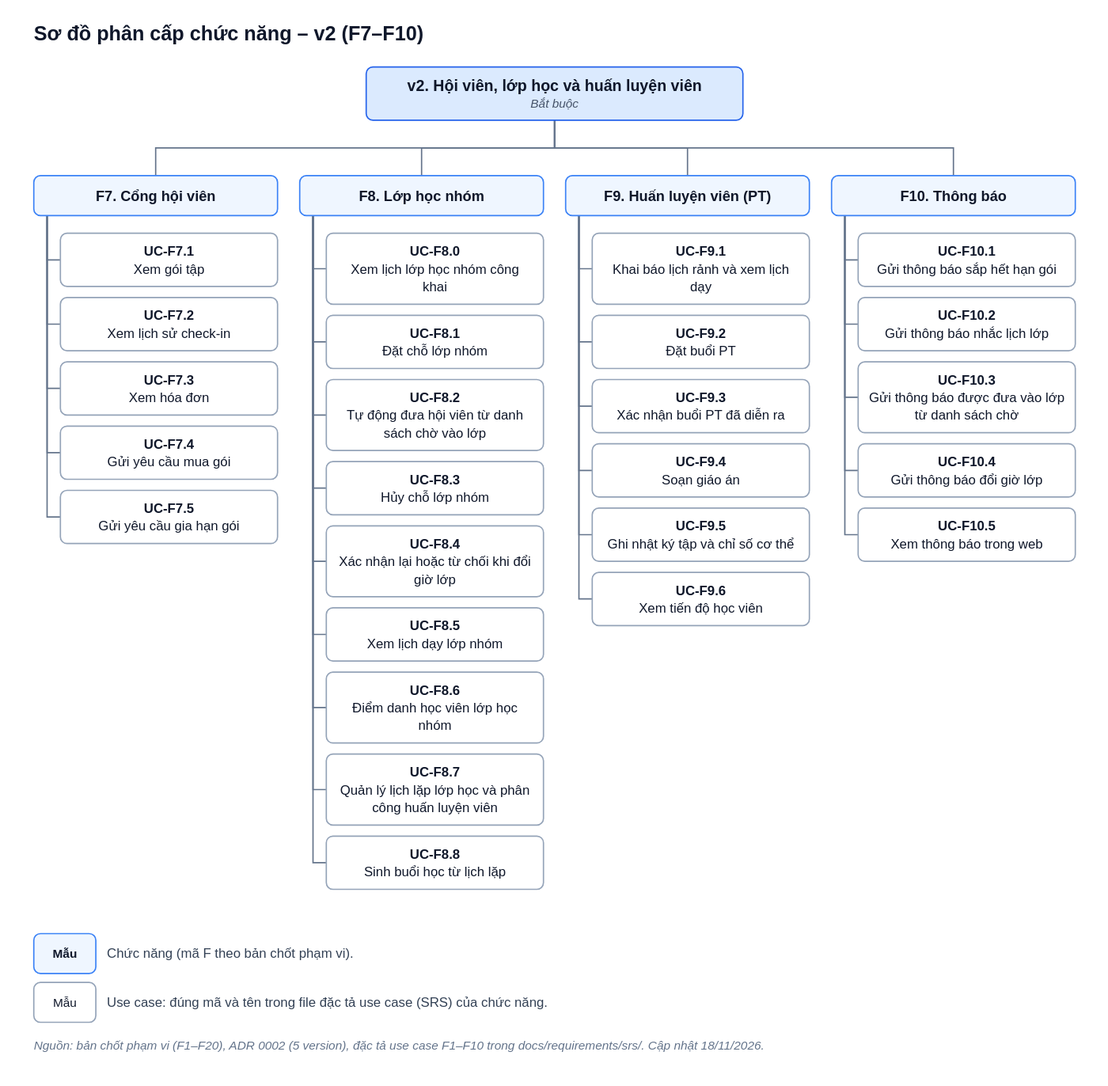
Before: docs/design/function/so-do-phan-cap-chuc-nang-v2.drawio.svg, a diagram exported from draw.io (Ktin06/it3180_nhom6_gym_management). Source tidied: cells renumbered, new cells last; positions are measured from the earlier drawing's top-left corner, leaving out a move shared by most shapes.
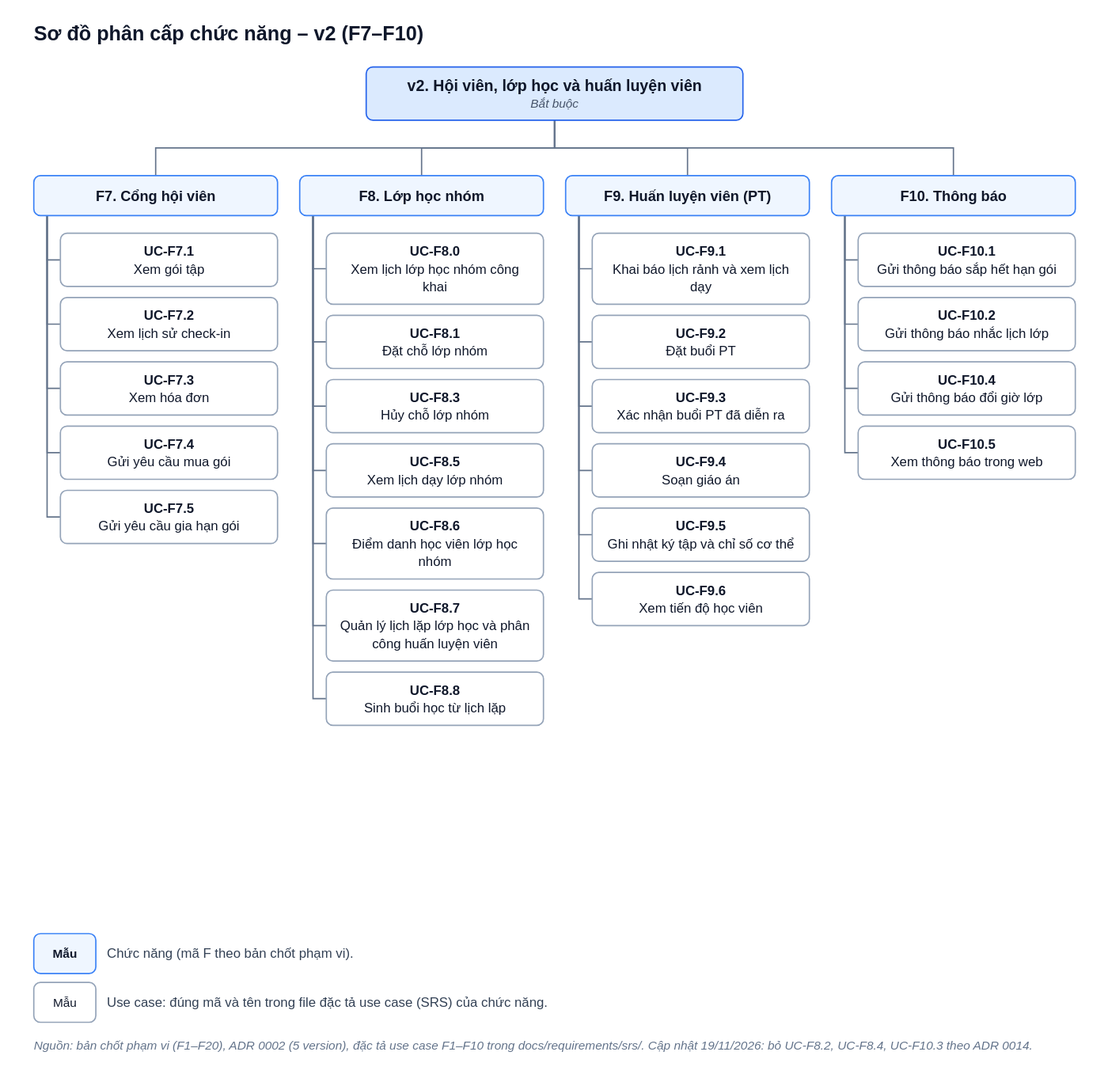
After the commit.

Commit message:
docs(F8): bỏ UC-F8.2, UC-F8.4, UC-F10.3 khỏi sơ đồ phân cấp chức năng v2 (ADR 0014)

Change to the diagram source:
```diff
@@ -41,26 +41,20 @@
     <mxCell id="14" value="&lt;b&gt;UC-F8.1&lt;/b&gt;&lt;br&gt;Đặt chỗ lớp nhóm" style="rounded=1;absoluteArcSize=1;arcSize=12;whiteSpace=wrap;html=1;fontFamily=Arial;fillColor=#FFFFFF;strokeColor=#94A3B8;fontColor=#0F172A;fontSize=12;verticalAlign=middle;align=center;spacing=8;" parent="1" vertex="1">
       <mxGeometry x="264" y="268" width="196" height="48" as="geometry" />
     </mxCell>
-    <mxCell id="15" value="&lt;b&gt;UC-F8.2&lt;/b&gt;&lt;br&gt;Tự động đưa hội viên từ danh&lt;br&gt;sách chờ vào lớp" style="rounded=1;absoluteArcSize=1;arcSize=12;whiteSpace=wrap;html=1;fontFamily=Arial;fillColor=#FFFFFF;strokeColor=#94A3B8;fontColor=#0F172A;fontSize=12;verticalAlign=middle;align=center;spacing=8;" parent="1" vertex="1">
-      <mxGeometry x="264" y="326" width="196" height="64" as="geometry" />
-    </mxCell>
     <mxCell id="16" value="&lt;b&gt;UC-F8.3&lt;/b&gt;&lt;br&gt;Hủy chỗ lớp nhóm" style="rounded=1;absoluteArcSize=1;arcSize=12;whiteSpace=wrap;html=1;fontFamily=Arial;fillColor=#FFFFFF;strokeColor=#94A3B8;fontColor=#0F172A;fontSize=12;verticalAlign=middle;align=center;spacing=8;" parent="1" vertex="1">
-      <mxGeometry x="264" y="400" width="196" height="48" as="geometry" />
+      <mxGeometry x="264" y="326" width="196" height="48" as="geometry" />
     </mxCell>
-    <mxCell id="17" value="&lt;b&gt;UC-F8.4&lt;/b&gt;&lt;br&gt;Xác nhận lại hoặc từ chối khi đổi&lt;br&gt;giờ lớp" style="rounded=1;absoluteArcSize=1;arcSize=12;whiteSpace=wrap;html=1;fontFamily=Arial;fillColor=#FFFFFF;strokeColor=#94A3B8;fontColor=#0F172A;fontSize=12;verticalAlign=middle;align=center;spacing=8;" parent="1" vertex="1">
-      <mxGeometry x="264" y="458" width="196" height="64" as="geometry" />
-    </mxCell>
     <mxCell id="18" value="&lt;b&gt;UC-F8.5&lt;/b&gt;&lt;br&gt;Xem lịch dạy lớp nhóm" style="rounded=1;absoluteArcSize=1;arcSize=12;whiteSpace=wrap;html=1;fontFamily=Arial;fillColor=#FFFFFF;strokeColor=#94A3B8;fontColor=#0F172A;fontSize=12;verticalAlign=middle;align=center;spacing=8;" parent="1" vertex="1">
-      <mxGeometry x="264" y="532" width="196" height="48" as="geometry" />
+      <mxGeometry x="264" y="384" width="196" height="48" as="geometry" />
     </mxCell>
     <mxCell id="19" value="&lt;b&gt;UC-F8.6&lt;/b&gt;&lt;br&gt;Điểm danh học viên lớp học&lt;br&gt;nhóm" style="rounded=1;absoluteArcSize=1;arcSize=12;whiteSpace=wrap;html=1;fontFamily=Arial;fillColor=#FFFFFF;strokeColor=#94A3B8;fontColor=#0F172A;fontSize=12;verticalAlign=middle;align=center;spacing=8;" parent="1" vertex="1">
-      <mxGeometry x="264" y="590" width="196" height="64" as="geometry" />
+      <mxGeometry x="264" y="442" width="196" height="64" as="geometry" />
     </mxCell>
     <mxCell id="20" value="&lt;b&gt;UC-F8.7&lt;/b&gt;&lt;br&gt;Quản lý lịch lặp lớp học và phân&lt;br&gt;công huấn luyện viên" style="rounded=1;absoluteArcSize=1;arcSize=12;whiteSpace=wrap;html=1;fontFamily=Arial;fillColor=#FFFFFF;strokeColor=#94A3B8;fontColor=#0F172A;fontSize=12;verticalAlign=middle;align=center;spacing=8;" parent="1" vertex="1">
-      <mxGeometry x="264" y="664" width="196" height="64" as="geometry" />
+      <mxGeometry x="264" y="516" width="196" height="64" as="geometry" />
     </mxCell>
     <mxCell id="21" value="&lt;b&gt;UC-F8.8&lt;/b&gt;&lt;br&gt;Sinh buổi học từ lịch lặp" style="rounded=1;absoluteArcSize=1;arcSize=12;whiteSpace=wrap;html=1;fontFamily=Arial;fillColor=#FFFFFF;strokeColor=#94A3B8;fontColor=#0F172A;fontSize=12;verticalAlign=middle;align=center;spacing=8;" parent="1" vertex="1">
-      <mxGeometry x="264" y="738" width="196" height="48" as="geometry" />
+      <mxGeometry x="264" y="590" width="196" height="48" as="geometry" />
     </mxCell>
     <mxCell id="22" value="&lt;b&gt;UC-F9.1&lt;/b&gt;&lt;br&gt;Khai báo lịch rảnh và xem lịch&lt;br&gt;dạy" style="rounded=1;absoluteArcSize=1;arcSize=12;whiteSpace=wrap;html=1;fontFamily=Arial;fillColor=#FFFFFF;strokeColor=#94A3B8;fontColor=#0F172A;fontSize=12;verticalAlign=middle;align=center;spacing=8;" parent="1" vertex="1">
       <mxGeometry x="504" y="194" width="196" height="64" as="geometry" />
@@ -86,14 +80,11 @@
     <mxCell id="29" value="&lt;b&gt;UC-F10.2&lt;/b&gt;&lt;br&gt;Gửi thông báo nhắc lịch lớp" style="rounded=1;absoluteArcSize=1;arcSize=12;whiteSpace=wrap;html=1;fontFamily=Arial;fillColor=#FFFFFF;strokeColor=#94A3B8;fontColor=#0F172A;fontSize=12;verticalAlign=middle;align=center;spacing=8;" parent="1" vertex="1">
       <mxGeometry x="744" y="252" width="196" height="48" as="geometry" />
     </mxCell>
-    <mxCell id="30" value="&lt;b&gt;UC-F10.3&lt;/b&gt;&lt;br&gt;Gửi thông báo được đưa vào lớp&lt;br&gt;từ danh sách chờ" style="rounded=1;absoluteArcSize=1;arcSize=12;whiteSpace=wrap;html=1;fontFamily=Arial;fillColor=#FFFFFF;strokeColor=#94A3B8;fontColor=#0F172A;fontSize=12;verticalAlign=middle;align=center;spacing=8;" parent="1" vertex="1">
-      <mxGeometry x="744" y="310" width="196" height="64" as="geometry" />
-    </mxCell>
     <mxCell id="31" value="&lt;b&gt;UC-F10.4&lt;/b&gt;&lt;br&gt;Gửi thông báo đổi giờ lớp" style="rounded=1;absoluteArcSize=1;arcSize=12;whiteSpace=wrap;html=1;fontFamily=Arial;fillColor=#FFFFFF;strokeColor=#94A3B8;fontColor=#0F172A;fontSize=12;verticalAlign=middle;align=center;spacing=8;" parent="1" vertex="1">
-      <mxGeometry x="744" y="384" width="196" height="48" as="geometry" />
+      <mxGeometry x="744" y="310" width="196" height="48" as="geometry" />
     </mxCell>
     <mxCell id="32" value="&lt;b&gt;UC-F10.5&lt;/b&gt;&lt;br&gt;Xem thông báo trong web" style="rounded=1;absoluteArcSize=1;arcSize=12;whiteSpace=wrap;html=1;fontFamily=Arial;fillColor=#FFFFFF;strokeColor=#94A3B8;fontColor=#0F172A;fontSize=12;verticalAlign=middle;align=center;spacing=8;" parent="1" vertex="1">
-      <mxGeometry x="744" y="442" width="196" height="48" as="geometry" />
+      <mxGeometry x="744" y="368" width="196" height="48" as="geometry" />
     </mxCell>
     <mxCell id="33" value="&lt;b&gt;Mẫu&lt;/b&gt;" style="rounded=1;absoluteArcSize=1;arcSize=12;whiteSpace=wrap;html=1;fontFamily=Arial;fillColor=#EFF6FF;strokeColor=#3B82F6;fontColor=#0F172A;fontSize=13;verticalAlign=middle;align=center;spacing=8;" parent="1" vertex="1">
       <mxGeometry y="826" width="56" height="36" as="geometry" />
@@ -182,13 +173,6 @@
         </Array>
       </mxGeometry>
     </mxCell>
-    <mxCell id="46" style="endArrow=none;html=1;rounded=0;strokeColor=#64748B;strokeWidth=1.2;exitX=0.0545;exitY=1;exitDx=0;exitDy=0;entryX=0;entryY=0.5;entryDx=0;entryDy=0;" parent="1" edge="1" source="5" target="15">
-      <mxGeometry relative="1" as="geometry">
-        <Array as="points">
-          <mxPoint x="252" y="358" />
-        </Array>
-      </mxGeometry>
-    </mxCell>
     <mxCell id="47" style="endArrow=none;html=1;rounded=0;strokeColor=#64748B;strokeWidth=1.2;exitX=0.0545;exitY=1;exitDx=0;exitDy=0;entryX=0;entryY=0.5;entryDx=0;entryDy=0;" parent="1" edge="1" source="5" target="16">
       <mxGeometry relative="1" as="geometry">
         <Array as="points">
@@ -196,13 +180,6 @@
         </Array>
       </mxGeometry>
     </mxCell>
-    <mxCell id="48" style="endArrow=none;html=1;rounded=0;strokeColor=#64748B;strokeWidth=1.2;exitX=0.0545;exitY=1;exitDx=0;exitDy=0;entryX=0;entryY=0.5;entryDx=0;entryDy=0;" parent="1" edge="1" source="5" target="17">
-      <mxGeometry relative="1" as="geometry">
-        <Array as="points">
-          <mxPoint x="252" y="490" />
-        </Array>
-      </mxGeometry>
-    </mxCell>
     <mxCell id="49" style="endArrow=none;html=1;rounded=0;strokeColor=#64748B;strokeWidth=1.2;exitX=0.0545;exitY=1;exitDx=0;exitDy=0;entryX=0;entryY=0.5;entryDx=0;entryDy=0;" parent="1" edge="1" source="5" target="18">
       <mxGeometry relative="1" as="geometry">
         <Array as="points">
@@ -287,13 +264,6 @@
         </Array>
       </mxGeometry>
     </mxCell>
-    <mxCell id="61" style="endArrow=none;html=1;rounded=0;strokeColor=#64748B;strokeWidth=1.2;exitX=0.0545;exitY=1;exitDx=0;exitDy=0;entryX=0;entryY=0.5;entryDx=0;entryDy=0;" parent="1" edge="1" source="7" target="30">
-      <mxGeometry relative="1" as="geometry">
-        <Array as="points">
-          <mxPoint x="732" y="342" />
-        </Array>
-      </mxGeometry>
-    </mxCell>
     <mxCell id="62" style="endArrow=none;html=1;rounded=0;strokeColor=#64748B;strokeWidth=1.2;exitX=0.0545;exitY=1;exitDx=0;exitDy=0;entryX=0;entryY=0.5;entryDx=0;entryDy=0;" parent="1" edge="1" source="7" target="31">
       <mxGeometry relative="1" as="geometry">
         <Array as="points">
@@ -314,7 +284,7 @@
     <mxCell id="65" value="Use case: đúng mã và tên trong file đặc tả use case (SRS) của chức năng." style="text;html=1;fontFamily=Arial;fontSize=12;fontColor=#334155;align=left;verticalAlign=top;spacing=0;" parent="1" vertex="1">
       <mxGeometry x="66" y="880" width="520" height="20" as="geometry" />
     </mxCell>
-    <mxCell id="66" value="&lt;i&gt;Nguồn: bản chốt phạm vi (F1–F20), ADR 0002 (5 version), đặc tả use case F1–F10 trong docs/requirements/srs/. Cập nhật 18/11/2026.&lt;/i&gt;" style="text;html=1;fontFamily=Arial;fontSize=11;fontColor=#64748B;align=left;verticalAlign=top;spacing=0;" parent="1" vertex="1">
+    <mxCell id="66" value="&lt;i&gt;Nguồn: bản chốt phạm vi (F1–F20), ADR 0002 (5 version), đặc tả use case F1–F10 trong docs/requirements/srs/. Cập nhật 19/11/2026: bỏ UC-F8.2, UC-F8.4, UC-F10.3 theo ADR 0014.&lt;/i&gt;" style="text;html=1;fontFamily=Arial;fontSize=11;fontColor=#64748B;align=left;verticalAlign=top;spacing=0;" parent="1" vertex="1">
       <mxGeometry y="920" width="940" height="18" as="geometry" />
     </mxCell>
   </root>
```
